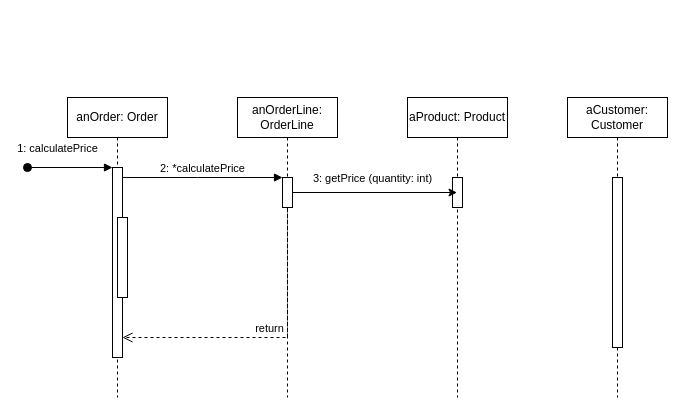
The draw.io diagram Untitled Diagram.drawio in uyenhoangtp/miu, before the edit. Source tidied: cells renumbered, new cells numbered last; positions are measured from the earlier drawing's top-left corner, leaving out a move shared by most shapes. Both pictures are drawn from the tidied source at 100%, with x=0, y=0 at pixel (27, 97).
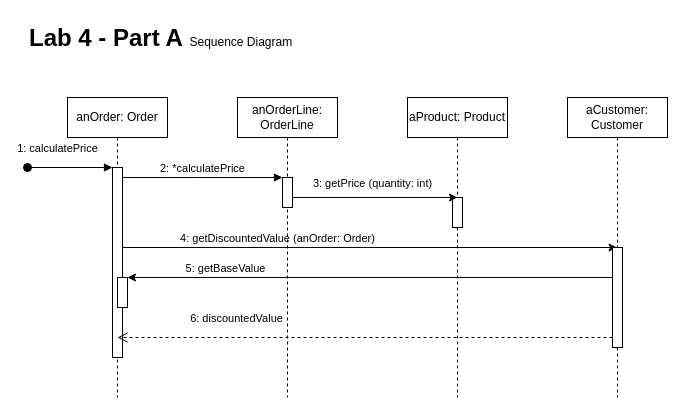
The same diagram, later.

Unchanged cells that the change refers to:
```xml
<mxCell id="2" value="anOrder: Order" style="shape=umlLifeline;perimeter=lifelinePerimeter;whiteSpace=wrap;html=1;outlineConnect=0;portConstraint=eastwest;newEdgeStyle={&quot;edgeStyle&quot;:&quot;elbowEdgeStyle&quot;,&quot;elbow&quot;:&quot;vertical&quot;,&quot;curved&quot;:0,&quot;rounded&quot;:0};" parent="1" vertex="1">
  <mxGeometry x="40" width="100" height="300" as="geometry" />
</mxCell>
<mxCell id="3" style="html=1;points=[];perimeter=orthogonalPerimeter;outlineConnect=0;targetShapes=umlLifeline;portConstraint=eastwest;newEdgeStyle={&quot;edgeStyle&quot;:&quot;elbowEdgeStyle&quot;,&quot;elbow&quot;:&quot;vertical&quot;,&quot;curved&quot;:0,&quot;rounded&quot;:0};" parent="2" vertex="1">
  <mxGeometry x="45" y="70" width="10" height="190" as="geometry" />
</mxCell>
<mxCell id="7" style="html=1;points=[];perimeter=orthogonalPerimeter;outlineConnect=0;targetShapes=umlLifeline;portConstraint=eastwest;newEdgeStyle={&quot;edgeStyle&quot;:&quot;elbowEdgeStyle&quot;,&quot;elbow&quot;:&quot;vertical&quot;,&quot;curved&quot;:0,&quot;rounded&quot;:0};" parent="6" vertex="1">
  <mxGeometry x="45" y="80" width="10" height="30" as="geometry" />
</mxCell>
<mxCell id="10" value="aProduct: Product" style="shape=umlLifeline;perimeter=lifelinePerimeter;whiteSpace=wrap;html=1;outlineConnect=0;portConstraint=eastwest;newEdgeStyle={&quot;edgeStyle&quot;:&quot;elbowEdgeStyle&quot;,&quot;elbow&quot;:&quot;vertical&quot;,&quot;curved&quot;:0,&quot;rounded&quot;:0};" parent="1" vertex="1">
  <mxGeometry x="380" width="100" height="300" as="geometry" />
</mxCell>
<mxCell id="12" value="aCustomer: Customer" style="shape=umlLifeline;perimeter=lifelinePerimeter;whiteSpace=wrap;html=1;outlineConnect=0;portConstraint=eastwest;newEdgeStyle={&quot;edgeStyle&quot;:&quot;elbowEdgeStyle&quot;,&quot;elbow&quot;:&quot;vertical&quot;,&quot;curved&quot;:0,&quot;rounded&quot;:0};" parent="1" vertex="1">
  <mxGeometry x="540" width="100" height="300" as="geometry" />
</mxCell>
```

What changed in the source:
```diff
@@
+    <mxCell id="16" style="edgeStyle=elbowEdgeStyle;rounded=0;jettySize=auto;html=1;elbow=vertical;curved=0;" parent="1" edge="1" source="2" target="12">
+      <mxGeometry relative="1" as="geometry" />
+    </mxCell>
+    <mxCell id="17" value="4: getDiscountedValue (anOrder: Order)" style="edgeLabel;html=1;align=center;verticalAlign=middle;" parent="16" vertex="1">
+      <mxGeometry x="-0.76" y="3" relative="1" as="geometry">
+        <mxPoint x="100" y="-7" as="offset" />
+      </mxGeometry>
+    </mxCell>
@@
     <mxCell id="5" style="html=1;perimeter=orthogonalPerimeter;targetShapes=umlLifeline;newEdgeStyle={&quot;edgeStyle&quot;:&quot;elbowEdgeStyle&quot;,&quot;elbow&quot;:&quot;vertical&quot;,&quot;curved&quot;:0,&quot;rounded&quot;:0};" parent="2" vertex="1">
-      <mxGeometry x="50" y="120" width="10" height="80" as="geometry" />
+      <mxGeometry x="50" y="180" width="10" height="30" as="geometry" />
     </mxCell>
@@
-    <mxCell id="9" value="return" style="html=1;verticalAlign=bottom;endArrow=open;dashed=1;endSize=8;edgeStyle=elbowEdgeStyle;elbow=vertical;curved=0;rounded=0;" parent="1" edge="1" source="7" target="3">
-      <mxGeometry relative="1" as="geometry">
+    <mxCell id="9" value="6: discountedValue" style="html=1;verticalAlign=bottom;endArrow=open;dashed=1;endSize=8;edgeStyle=elbowEdgeStyle;elbow=vertical;curved=0;rounded=0;" parent="1" edge="1" source="13">
+      <mxGeometry x="0.52" y="-10" relative="1" as="geometry">
+        <mxPoint x="90" y="240" as="targetPoint" />
         <Array as="points">
-          <mxPoint x="180" y="240" />
+          <mxPoint x="330" y="240" />
         </Array>
       </mxGeometry>
     </mxCell>
@@
     <mxCell id="11" style="html=1;perimeter=orthogonalPerimeter;targetShapes=umlLifeline;newEdgeStyle={&quot;edgeStyle&quot;:&quot;elbowEdgeStyle&quot;,&quot;elbow&quot;:&quot;vertical&quot;,&quot;curved&quot;:0,&quot;rounded&quot;:0};" parent="10" vertex="1">
-      <mxGeometry x="45" y="80" width="10" height="30" as="geometry" />
+      <mxGeometry x="45" y="100" width="10" height="30" as="geometry" />
     </mxCell>
@@
     <mxCell id="13" style="html=1;points=[];perimeter=orthogonalPerimeter;outlineConnect=0;targetShapes=umlLifeline;portConstraint=eastwest;newEdgeStyle={&quot;edgeStyle&quot;:&quot;elbowEdgeStyle&quot;,&quot;elbow&quot;:&quot;vertical&quot;,&quot;curved&quot;:0,&quot;rounded&quot;:0};" parent="12" vertex="1">
-      <mxGeometry x="45" y="80" width="10" height="170" as="geometry" />
+      <mxGeometry x="45" y="150" width="10" height="100" as="geometry" />
     </mxCell>
-    <mxCell id="14" style="edgeStyle=elbowEdgeStyle;rounded=0;jettySize=auto;html=1;elbow=vertical;curved=0;" parent="1" edge="1" source="7" target="10">
-      <mxGeometry relative="1" as="geometry" />
+    <mxCell id="14" style="edgeStyle=elbowEdgeStyle;rounded=0;jettySize=auto;html=1;elbow=vertical;curved=0;" parent="1" edge="1" source="7">
+      <mxGeometry relative="1" as="geometry">
+        <mxPoint x="430" y="100" as="targetPoint" />
+      </mxGeometry>
     </mxCell>
@@
+    <mxCell id="18" style="edgeStyle=elbowEdgeStyle;rounded=0;orthogonalLoop=1;jettySize=auto;html=1;elbow=vertical;curved=0;" parent="1" edge="1">
+      <mxGeometry relative="1" as="geometry">
+        <mxPoint x="585" y="180" as="sourcePoint" />
+        <mxPoint x="100" y="180" as="targetPoint" />
+      </mxGeometry>
+    </mxCell>
+    <mxCell id="19" value="5: getBaseValue" style="edgeLabel;html=1;align=center;verticalAlign=middle;" parent="18" vertex="1">
+      <mxGeometry x="0.34" relative="1" as="geometry">
+        <mxPoint x="-63" y="-10" as="offset" />
+      </mxGeometry>
+    </mxCell>
+    <mxCell id="20" value="&lt;h1 style=&quot;margin-top: 0px;&quot;&gt;Lab 4 - Part A&amp;nbsp;&lt;span style=&quot;font-size: 12px; font-weight: normal;&quot;&gt;Sequence Diagram&lt;/span&gt;&lt;/h1&gt;" style="text;html=1;whiteSpace=wrap;overflow=hidden;rounded=0;" parent="1" vertex="1">
+      <mxGeometry y="-80" width="340" height="50" as="geometry" />
+    </mxCell>
```
